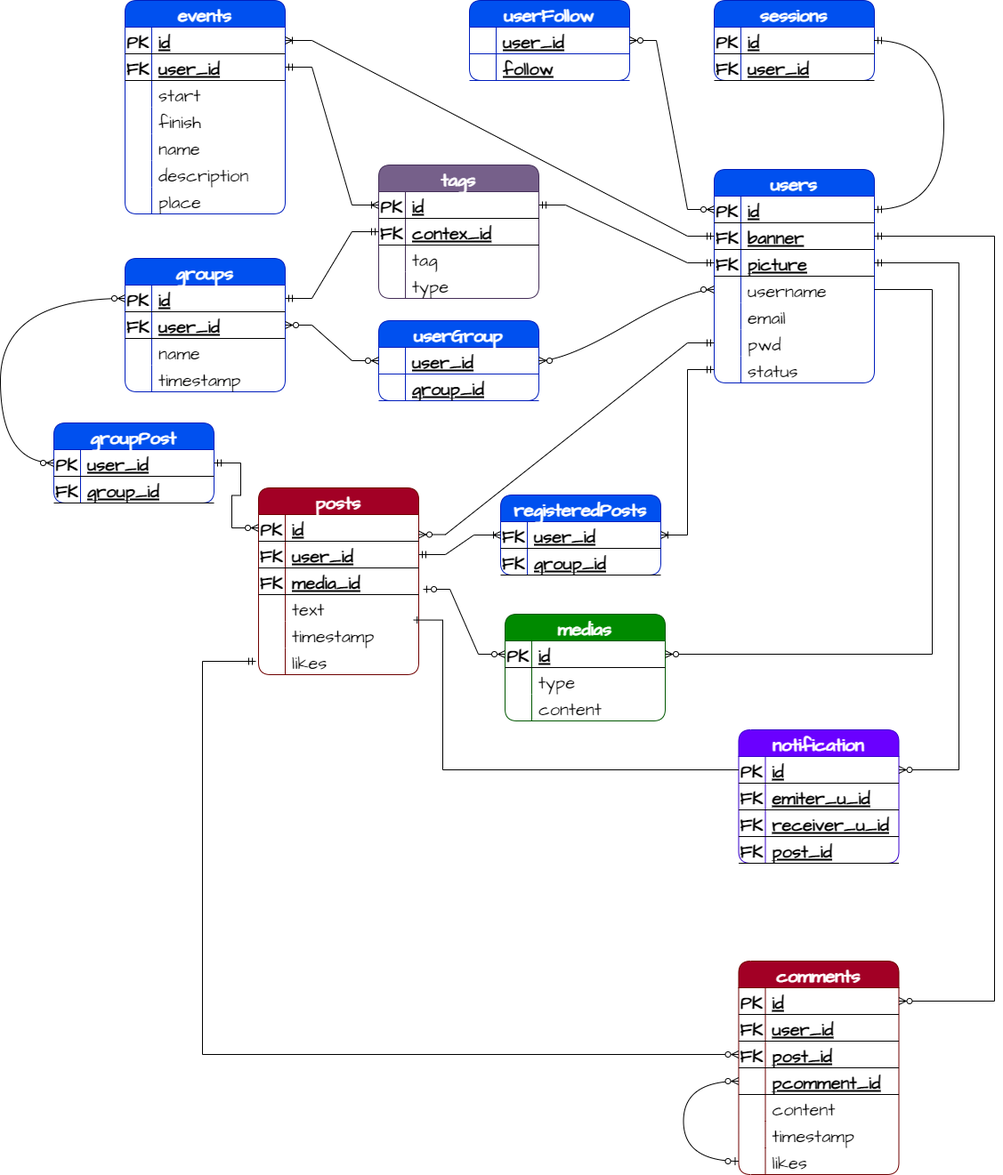
Above: Backend/imgs/dbERD.drawio.png in yvsmlk/BookFace (draw.io), before the change. Source tidied: cells renumbered, new cells last; positions are measured from the earlier drawing's top-left corner, leaving out a move shared by most shapes.
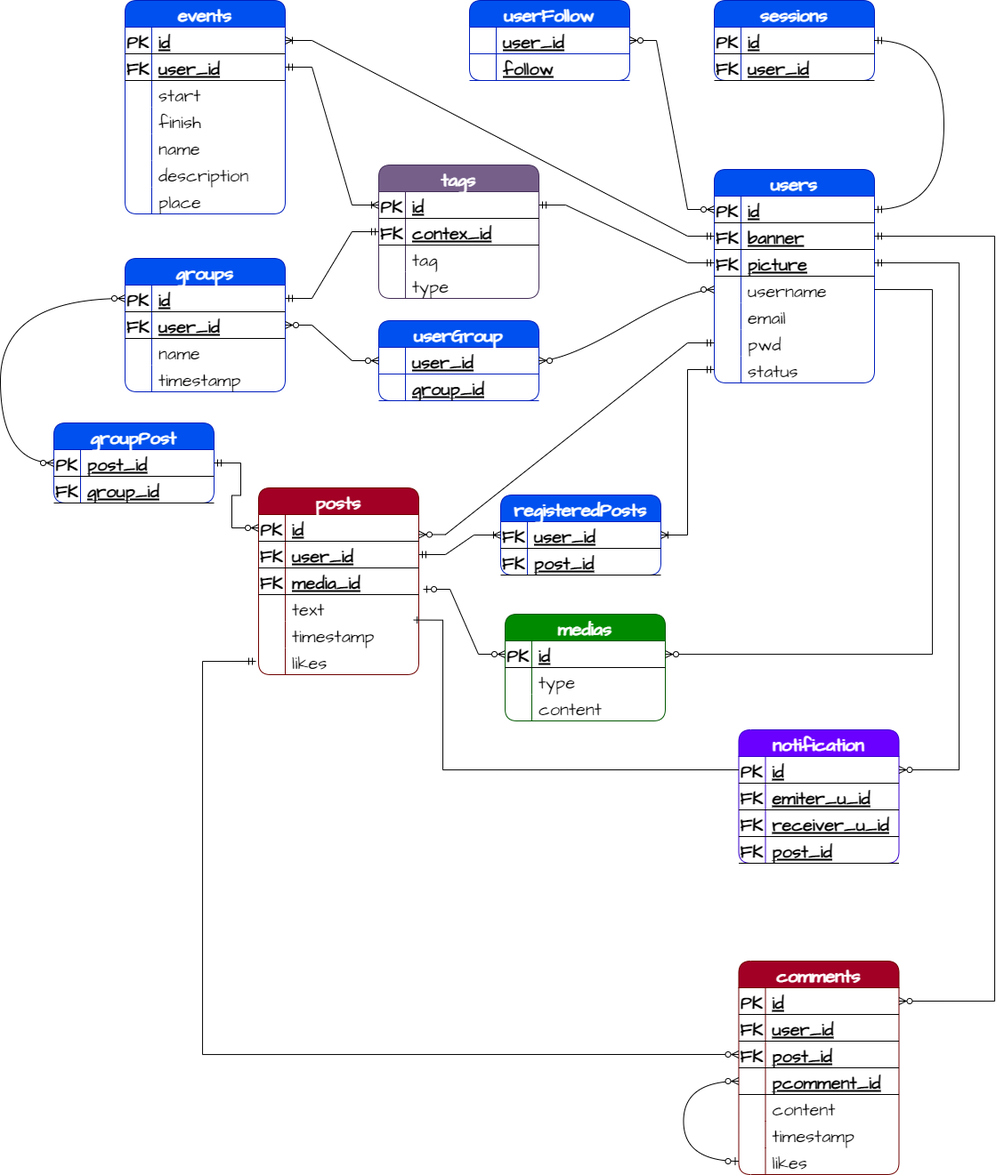
After the commit.

Commit message:
Routes: - 3 new routes ( post/group, post/registered, post/public) - can now select request group post, registered post (by providing the group tag or user tag) , public post

Diff of the diagram source:
```diff
@@ -463,7 +463,7 @@
     <mxCell id="153" value="PK" style="shape=partialRectangle;fillColor=none;top=0;left=0;bottom=0;right=0;fontStyle=1;overflow=hidden;hachureGap=4;fontFamily=Architects Daughter;fontSource=https%3A%2F%2Ffonts.googleapis.com%2Fcss%3Ffamily%3DArchitects%2BDaughter;fontSize=20;swimlaneLine=1;shadow=0;" parent="152" vertex="1">
       <mxGeometry width="30" height="30" as="geometry" />
     </mxCell>
-    <mxCell id="154" value="user_id" style="shape=partialRectangle;fillColor=none;top=0;left=0;bottom=0;right=0;align=left;spacingLeft=6;fontStyle=5;overflow=hidden;hachureGap=4;fontFamily=Architects Daughter;fontSource=https%3A%2F%2Ffonts.googleapis.com%2Fcss%3Ffamily%3DArchitects%2BDaughter;fontSize=20;swimlaneLine=1;shadow=0;" parent="152" vertex="1">
+    <mxCell id="154" value="post_id" style="shape=partialRectangle;fillColor=none;top=0;left=0;bottom=0;right=0;align=left;spacingLeft=6;fontStyle=5;overflow=hidden;hachureGap=4;fontFamily=Architects Daughter;fontSource=https%3A%2F%2Ffonts.googleapis.com%2Fcss%3Ffamily%3DArchitects%2BDaughter;fontSize=20;swimlaneLine=1;shadow=0;" parent="152" vertex="1">
       <mxGeometry x="30" width="150" height="30" as="geometry" />
     </mxCell>
     <mxCell id="155" style="shape=tableRow;horizontal=0;startSize=0;swimlaneHead=0;swimlaneBody=0;fillColor=none;top=0;left=0;right=0;bottom=1;hachureGap=4;fontFamily=Architects Daughter;fontSource=https%3A%2F%2Ffonts.googleapis.com%2Fcss%3Ffamily%3DArchitects%2BDaughter;fontSize=20;swimlaneLine=1;shadow=0;" parent="151" vertex="1">
@@ -493,7 +493,7 @@
     <mxCell id="163" value="FK" style="shape=partialRectangle;fillColor=none;top=0;left=0;bottom=0;right=0;fontStyle=1;overflow=hidden;hachureGap=4;fontFamily=Architects Daughter;fontSource=https%3A%2F%2Ffonts.googleapis.com%2Fcss%3Ffamily%3DArchitects%2BDaughter;fontSize=20;swimlaneLine=1;shadow=0;" parent="162" vertex="1">
       <mxGeometry width="30" height="30" as="geometry" />
     </mxCell>
-    <mxCell id="164" value="group_id" style="shape=partialRectangle;fillColor=none;top=0;left=0;bottom=0;right=0;align=left;spacingLeft=6;fontStyle=5;overflow=hidden;hachureGap=4;fontFamily=Architects Daughter;fontSource=https%3A%2F%2Ffonts.googleapis.com%2Fcss%3Ffamily%3DArchitects%2BDaughter;fontSize=20;swimlaneLine=1;shadow=0;" parent="162" vertex="1">
+    <mxCell id="164" value="post_id" style="shape=partialRectangle;fillColor=none;top=0;left=0;bottom=0;right=0;align=left;spacingLeft=6;fontStyle=5;overflow=hidden;hachureGap=4;fontFamily=Architects Daughter;fontSource=https%3A%2F%2Ffonts.googleapis.com%2Fcss%3Ffamily%3DArchitects%2BDaughter;fontSize=20;swimlaneLine=1;shadow=0;" parent="162" vertex="1">
       <mxGeometry x="30" width="150" height="30" as="geometry" />
     </mxCell>
     <mxCell id="165" style="edgeStyle=orthogonalEdgeStyle;fontSize=12;html=1;endArrow=ERmandOne;startArrow=ERmandOne;rounded=0;exitX=1;exitY=0.5;exitDx=0;exitDy=0;curved=1;entryX=1;entryY=0.5;entryDx=0;entryDy=0;" parent="1" edge="1" source="116" target="138">
```
